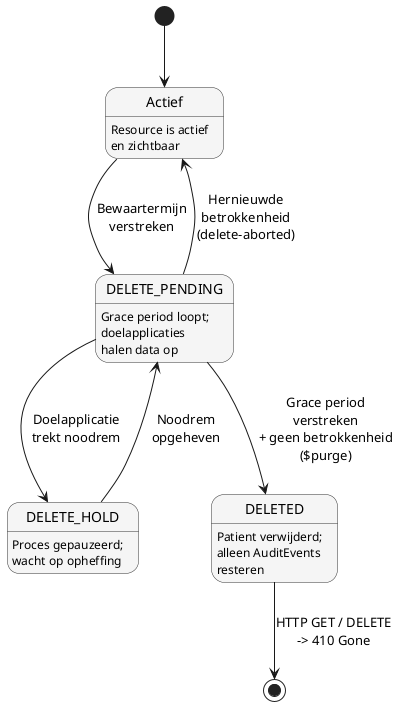
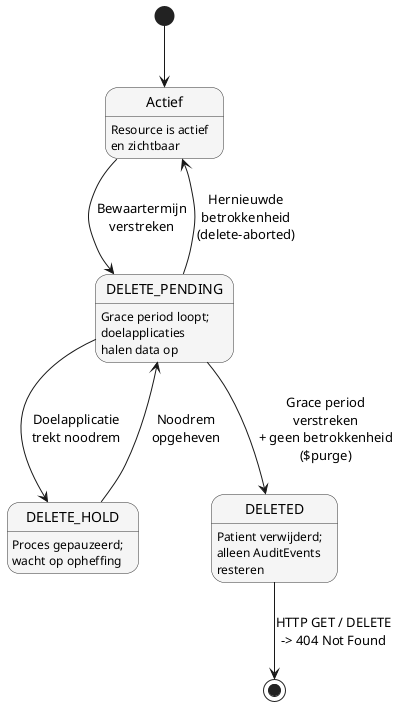
@startuml archivering-tag-lifecycle

skinparam state {
  BackgroundColor #f5f5f5
  BorderColor #333333
}

[*] --> Actief

Actief : Resource is actief\nen zichtbaar

Actief --> DELETE_PENDING : Bewaartermijn\nverstreken

DELETE_PENDING : Grace period loopt;\ndoelapplicaties\nhalen data op
DELETE_PENDING --> DELETE_HOLD : Doelapplicatie\ntrekt noodrem
DELETE_PENDING --> Actief : Hernieuwde\nbetrokkenheid\n(delete-aborted)
DELETE_PENDING --> DELETED : Grace period\nverstreken\n+ geen betrokkenheid\n($purge)

DELETE_HOLD : Proces gepauzeerd;\nwacht op opheffing
DELETE_HOLD --> DELETE_PENDING : Noodrem\nopgeheven

DELETED : Patient verwijderd;\nalleen AuditEvents\nresteren
- DELETED --> [*] : HTTP GET / DELETE\n-> 410 Gone
+ DELETED --> [*] : HTTP GET / DELETE\n-> 404 Not Found

@enduml
